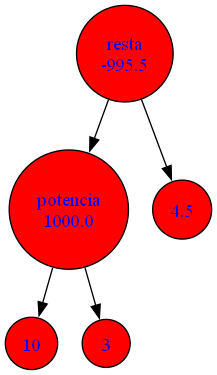
Earlier version of the Graphviz export GraficaArbol.png (Javier-201906795/LFP_S2_2023_Proyecto1_201906795). Its source is kept beside it as GraficaArbol.dot.
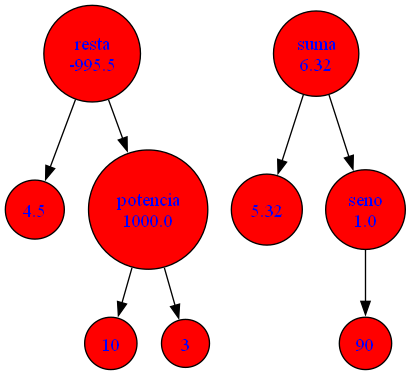
Above is the later version.

Diff of the diagram source:
```diff
@@ -1,14 +1,23 @@
 digraph Grafica {
 	node [fillcolor=red fontcolor=blue shape=circle style=filled]
-	x4 [label=4.5]
-	x1 [label=10]
-	x2 [label=3]
-	x3 [label="potencia
+	x1 [label=4.5]
+	x2 [label=10]
+	x3 [label=3]
+	x4 [label="potencia
 1000.0"]
-	x3 -> x2
-	x3 -> x1
+	x4 -> x3
+	x4 -> x2
 	x5 [label="resta
 -995.5"]
-	x5 -> x3
 	x5 -> x4
+	x5 -> x1
+	x6 [label=5.32]
+	x7 [label="seno
+1.0"]
+	x8 [label=90]
+	x7 -> x8
+	x9 [label="suma
+6.32"]
+	x9 -> x6
+	x9 -> x7
 }
```
